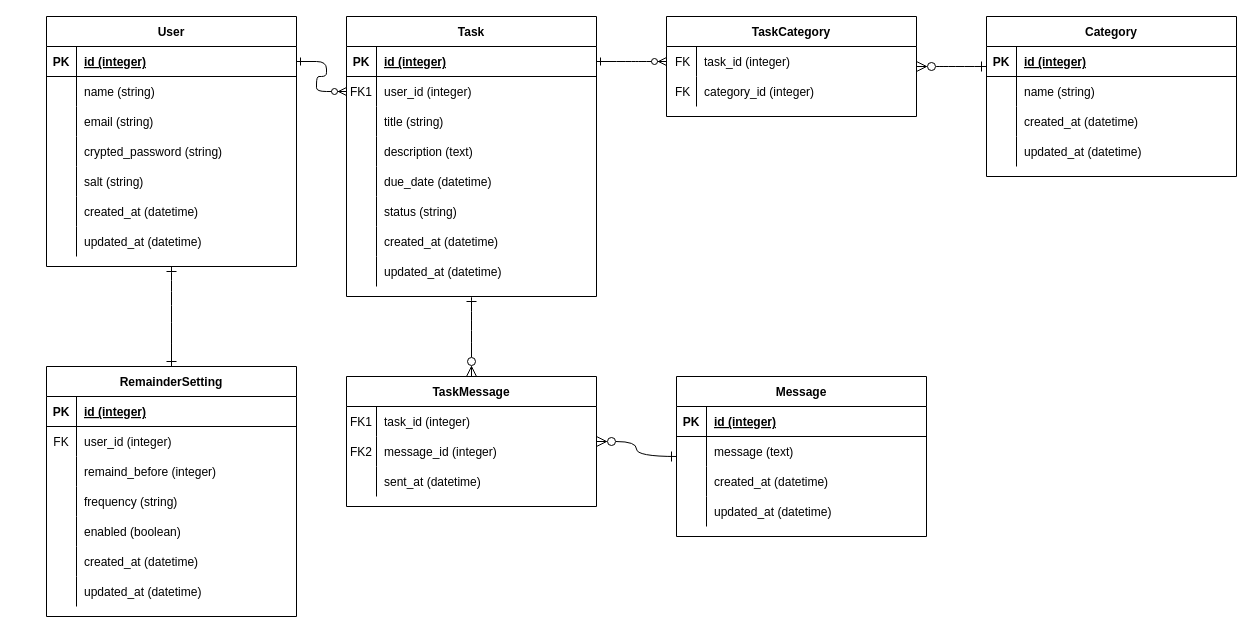
Earlier version of the draw.io diagram 名称未設定ファイル.drawio (Hauru427/rails-vocabulary-trainer). Source tidied: cells renumbered, new cells numbered last; positions are measured from the earlier drawing's top-left corner, leaving out a move shared by most shapes. Both pictures are drawn from the tidied source at 100%, with x=0, y=0 at pixel (46, 16).
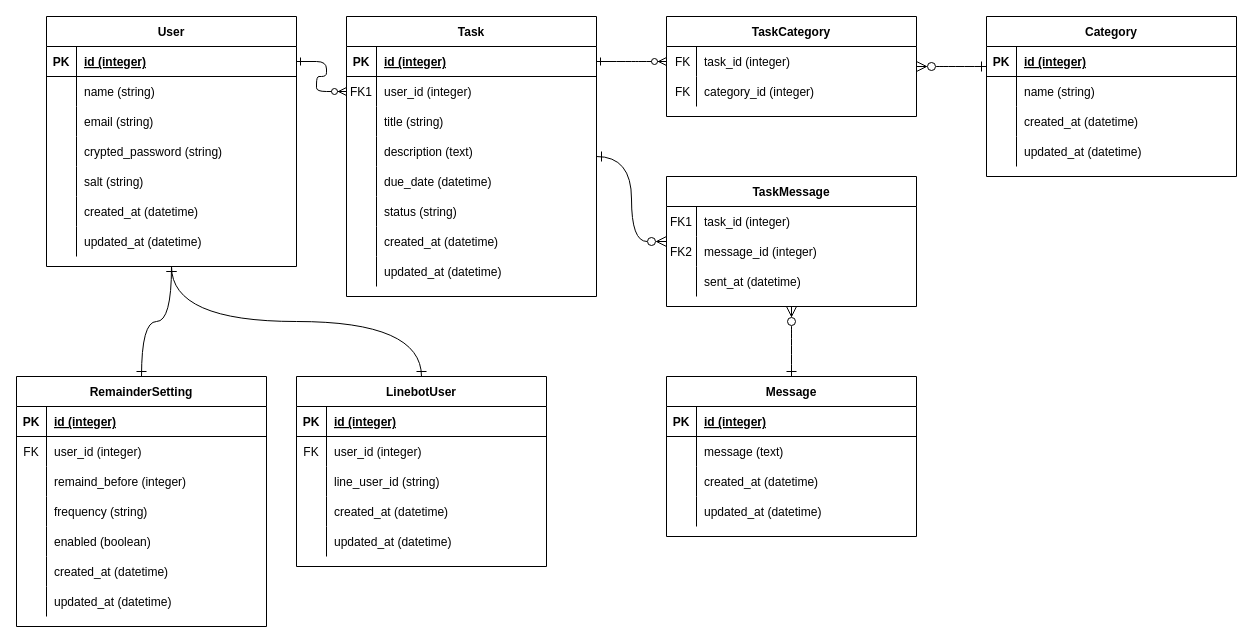
The same diagram, later.

Commit message:
名称未設定ファイル.drawio を更新します

The change refers to these unchanged cells:
```xml
<mxCell id="39" value="User" style="shape=table;startSize=30;childLayout=tableLayout;rowLines=0;fontStyle=1;align=center;" parent="1" vertex="1">
  <mxGeometry width="250" height="250" as="geometry" />
</mxCell>
```

The edit, as a diff of the source:
```diff
@@
+    <mxCell id="120" style="edgeStyle=orthogonalEdgeStyle;curved=1;rounded=0;jettySize=auto;html=1;fontSize=12;startSize=8;endSize=8;startArrow=ERone;startFill=0;endArrow=ERone;endFill=0;" parent="1" edge="1" source="39" target="121">
+      <mxGeometry relative="1" as="geometry" />
+    </mxCell>
@@
     <mxCell id="74" value="RemainderSetting" style="shape=table;startSize=30;childLayout=tableLayout;rowLines=0;fontStyle=1;align=center;" parent="1" vertex="1">
-      <mxGeometry y="350" width="250" height="250" as="geometry" />
+      <mxGeometry x="-30" y="360" width="250" height="250" as="geometry" />
     </mxCell>
@@
     <mxCell id="97" value="TaskMessage" style="shape=table;startSize=30;childLayout=tableLayout;rowLines=0;fontStyle=1;align=center;" parent="1" vertex="1">
-      <mxGeometry x="300" y="360" width="250" height="130" as="geometry" />
+      <mxGeometry x="620" y="160" width="250" height="130" as="geometry" />
     </mxCell>
@@
     <mxCell id="107" value="Message" style="shape=table;startSize=30;childLayout=tableLayout;rowLines=0;fontStyle=1;align=center;" parent="1" vertex="1">
-      <mxGeometry x="630" y="360" width="250" height="160" as="geometry" />
+      <mxGeometry x="620" y="360" width="250" height="160" as="geometry" />
     </mxCell>
@@
+    <mxCell id="121" value="LinebotUser" style="shape=table;startSize=30;childLayout=tableLayout;rowLines=0;fontStyle=1;align=center;" parent="1" vertex="1">
+      <mxGeometry x="250" y="360" width="250" height="190" as="geometry" />
+    </mxCell>
+    <mxCell id="122" style="shape=partialRectangle;fillColor=none;top=0;left=0;right=0;bottom=1;" parent="121" vertex="1">
+      <mxGeometry y="30" width="250" height="30" as="geometry" />
+    </mxCell>
+    <mxCell id="123" value="PK" style="shape=partialRectangle;overflow=hidden;fillColor=none;top=0;left=0;bottom=0;right=0;fontStyle=1;" parent="122" vertex="1">
+      <mxGeometry width="30" height="30" as="geometry" />
+    </mxCell>
+    <mxCell id="124" value="id (integer)" style="shape=partialRectangle;overflow=hidden;fillColor=none;top=0;left=0;bottom=0;right=0;align=left;spacingLeft=6;fontStyle=5;" parent="122" vertex="1">
+      <mxGeometry x="30" width="220" height="30" as="geometry" />
+    </mxCell>
+    <mxCell id="125" style="shape=partialRectangle;fillColor=none;top=0;left=0;right=0;bottom=0;" parent="121" vertex="1">
+      <mxGeometry y="60" width="250" height="30" as="geometry" />
+    </mxCell>
+    <mxCell id="126" value="FK" style="shape=partialRectangle;overflow=hidden;fillColor=none;top=0;left=0;bottom=0;right=0;" parent="125" vertex="1">
+      <mxGeometry width="30" height="30" as="geometry" />
+    </mxCell>
+    <mxCell id="127" value="user_id (integer)" style="shape=partialRectangle;overflow=hidden;fillColor=none;top=0;left=0;bottom=0;right=0;align=left;spacingLeft=6;" parent="125" vertex="1">
+      <mxGeometry x="30" width="220" height="30" as="geometry" />
+    </mxCell>
+    <mxCell id="128" style="shape=partialRectangle;fillColor=none;top=0;left=0;right=0;bottom=0;" parent="121" vertex="1">
+      <mxGeometry y="90" width="250" height="30" as="geometry" />
+    </mxCell>
+    <mxCell id="129" style="shape=partialRectangle;overflow=hidden;fillColor=none;top=0;left=0;bottom=0;right=0;" parent="128" vertex="1">
+      <mxGeometry width="30" height="30" as="geometry" />
+    </mxCell>
+    <mxCell id="130" value="line_user_id (string)" style="shape=partialRectangle;overflow=hidden;fillColor=none;top=0;left=0;bottom=0;right=0;align=left;spacingLeft=6;" parent="128" vertex="1">
+      <mxGeometry x="30" width="220" height="30" as="geometry" />
+    </mxCell>
+    <mxCell id="131" style="shape=partialRectangle;fillColor=none;top=0;left=0;right=0;bottom=0;" parent="121" vertex="1">
+      <mxGeometry y="120" width="250" height="30" as="geometry" />
+    </mxCell>
+    <mxCell id="132" style="shape=partialRectangle;overflow=hidden;fillColor=none;top=0;left=0;bottom=0;right=0;" parent="131" vertex="1">
+      <mxGeometry width="30" height="30" as="geometry" />
+    </mxCell>
+    <mxCell id="133" value="created_at (datetime)" style="shape=partialRectangle;overflow=hidden;fillColor=none;top=0;left=0;bottom=0;right=0;align=left;spacingLeft=6;" parent="131" vertex="1">
+      <mxGeometry x="30" width="220" height="30" as="geometry" />
+    </mxCell>
+    <mxCell id="134" style="shape=partialRectangle;fillColor=none;top=0;left=0;right=0;bottom=0;" parent="121" vertex="1">
+      <mxGeometry y="150" width="250" height="30" as="geometry" />
+    </mxCell>
+    <mxCell id="135" style="shape=partialRectangle;overflow=hidden;fillColor=none;top=0;left=0;bottom=0;right=0;" parent="134" vertex="1">
+      <mxGeometry width="30" height="30" as="geometry" />
+    </mxCell>
+    <mxCell id="136" value="updated_at (datetime)" style="shape=partialRectangle;overflow=hidden;fillColor=none;top=0;left=0;bottom=0;right=0;align=left;spacingLeft=6;" parent="134" vertex="1">
+      <mxGeometry x="30" width="220" height="30" as="geometry" />
+    </mxCell>
```
